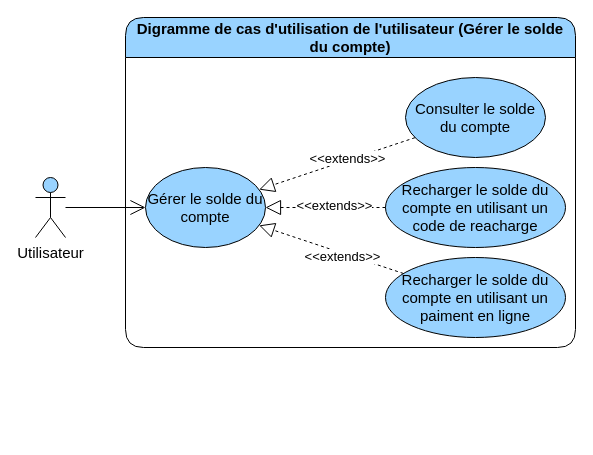
Above: page "gerer le solde du compte" (2 of 4) of diagrams/use-case/utilisateur.drawio in devlotfi/peage-pay (draw.io), before the change. Source tidied: cells renumbered, new cells numbered last; positions are measured from the earlier drawing's top-left corner, leaving out a move shared by most shapes. Both pictures are drawn from the tidied source at 100%, with x=0, y=0 at pixel (35, 17).
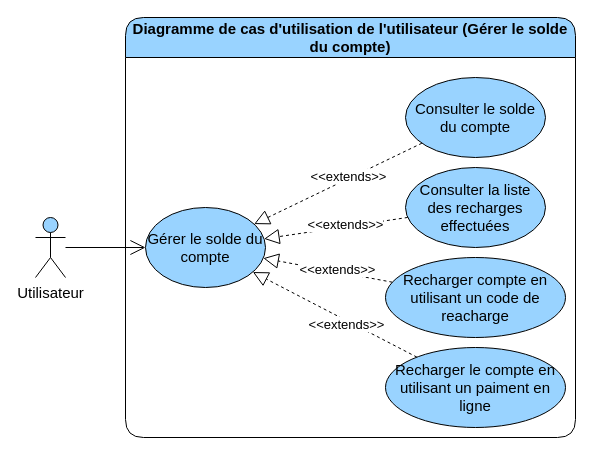
After the change.

The edit, as a diff of the source:
```diff
@@
 <mxGraphModel>
   <root>
     <mxCell id="0" />
     <mxCell id="1" parent="0" />
-    <mxCell id="2" value="Digramme de cas d'utilisation de l'utilisateur&amp;nbsp;(Gérer le solde du compte)" style="swimlane;whiteSpace=wrap;html=1;rounded=1;fillColor=#99D3FF;fontSize=15;startSize=40;" parent="1" vertex="1">
-      <mxGeometry x="90" width="450" height="330" as="geometry" />
+    <mxCell id="2" value="Diagramme de cas d'utilisation de l'utilisateur&amp;nbsp;(Gérer le solde du compte)" style="swimlane;whiteSpace=wrap;html=1;rounded=1;fillColor=#99D3FF;fontSize=15;startSize=40;" parent="1" vertex="1">
+      <mxGeometry x="90" width="450" height="420" as="geometry" />
     </mxCell>
     <mxCell id="3" value="Gérer le solde du compte" style="ellipse;whiteSpace=wrap;html=1;strokeColor=default;align=center;verticalAlign=middle;fontFamily=Helvetica;fontSize=15;fontColor=default;fillColor=#99D3FF;" parent="2" vertex="1">
-      <mxGeometry x="20" y="150" width="120" height="80" as="geometry" />
+      <mxGeometry x="20" y="190" width="120" height="80" as="geometry" />
     </mxCell>
     <mxCell id="4" style="edgeStyle=none;rounded=0;jettySize=auto;html=1;dashed=1;strokeColor=default;align=center;verticalAlign=middle;fontFamily=Helvetica;fontSize=15;fontColor=default;labelBackgroundColor=default;startSize=6;endArrow=block;endFill=0;endSize=13;" parent="2" edge="1" source="6" target="3">
       <mxGeometry relative="1" as="geometry" />
     </mxCell>
     <mxCell id="5" value="&amp;lt;&amp;lt;extends&amp;gt;&amp;gt;" style="edgeLabel;html=1;align=center;verticalAlign=middle;strokeColor=default;fontFamily=Helvetica;fontSize=13;fontColor=default;labelBackgroundColor=default;fillColor=#99D3FF;" parent="4" vertex="1">
       <mxGeometry x="-0.16" y="3" relative="1" as="geometry" />
     </mxCell>
-    <mxCell id="6" value="Recharger le solde du compte en utilisant un paiment en ligne" style="ellipse;whiteSpace=wrap;html=1;strokeColor=default;align=center;verticalAlign=middle;fontFamily=Helvetica;fontSize=15;fontColor=default;fillColor=#99D3FF;" parent="2" vertex="1">
-      <mxGeometry x="260" y="240" width="180" height="80" as="geometry" />
+    <mxCell id="6" value="Recharger le compte en utilisant un paiment en ligne" style="ellipse;whiteSpace=wrap;html=1;strokeColor=default;align=center;verticalAlign=middle;fontFamily=Helvetica;fontSize=15;fontColor=default;fillColor=#99D3FF;" parent="2" vertex="1">
+      <mxGeometry x="260" y="330" width="180" height="80" as="geometry" />
     </mxCell>
     <mxCell id="7" style="edgeStyle=none;rounded=0;jettySize=auto;html=1;dashed=1;strokeColor=default;align=center;verticalAlign=middle;fontFamily=Helvetica;fontSize=15;fontColor=default;labelBackgroundColor=default;startSize=6;endArrow=block;endFill=0;endSize=13;" parent="2" edge="1" source="9" target="3">
       <mxGeometry relative="1" as="geometry" />
     </mxCell>
     <mxCell id="8" value="&amp;lt;&amp;lt;extends&amp;gt;&amp;gt;" style="edgeLabel;html=1;align=center;verticalAlign=middle;strokeColor=default;fontFamily=Helvetica;fontSize=13;fontColor=default;labelBackgroundColor=default;fillColor=#99D3FF;" parent="7" vertex="1">
       <mxGeometry x="-0.12" y="-3" relative="1" as="geometry">
         <mxPoint x="1" as="offset" />
       </mxGeometry>
     </mxCell>
     <mxCell id="9" value="Consulter le solde du compte" style="ellipse;whiteSpace=wrap;html=1;strokeColor=default;align=center;verticalAlign=middle;fontFamily=Helvetica;fontSize=15;fontColor=default;fillColor=#99D3FF;" parent="2" vertex="1">
       <mxGeometry x="280" y="60" width="140" height="80" as="geometry" />
     </mxCell>
-    <mxCell id="10" value="Recharger le solde du compte en utilisant un code de reacharge" style="ellipse;whiteSpace=wrap;html=1;strokeColor=default;align=center;verticalAlign=middle;fontFamily=Helvetica;fontSize=15;fontColor=default;fillColor=#99D3FF;" parent="2" vertex="1">
-      <mxGeometry x="260" y="150" width="180" height="80" as="geometry" />
+    <mxCell id="10" value="Recharger compte en utilisant un code de reacharge" style="ellipse;whiteSpace=wrap;html=1;strokeColor=default;align=center;verticalAlign=middle;fontFamily=Helvetica;fontSize=15;fontColor=default;fillColor=#99D3FF;" parent="2" vertex="1">
+      <mxGeometry x="260" y="240" width="180" height="80" as="geometry" />
     </mxCell>
     <mxCell id="11" style="edgeStyle=none;rounded=0;jettySize=auto;html=1;dashed=1;strokeColor=default;align=center;verticalAlign=middle;fontFamily=Helvetica;fontSize=15;fontColor=default;labelBackgroundColor=default;startSize=6;endArrow=block;endFill=0;endSize=13;" parent="2" edge="1" source="10" target="3">
       <mxGeometry relative="1" as="geometry" />
     </mxCell>
     <mxCell id="12" value="&amp;lt;&amp;lt;extends&amp;gt;&amp;gt;" style="edgeLabel;html=1;align=center;verticalAlign=middle;strokeColor=default;fontFamily=Helvetica;fontSize=13;fontColor=default;labelBackgroundColor=default;fillColor=#99D3FF;" parent="11" vertex="1">
       <mxGeometry x="-0.12" y="-3" relative="1" as="geometry">
         <mxPoint x="1" as="offset" />
       </mxGeometry>
     </mxCell>
+    <mxCell id="15" value="Consulter la liste des recharges effectuées" style="ellipse;whiteSpace=wrap;html=1;strokeColor=default;align=center;verticalAlign=middle;fontFamily=Helvetica;fontSize=15;fontColor=default;fillColor=#99D3FF;" parent="2" vertex="1">
+      <mxGeometry x="280" y="150" width="140" height="80" as="geometry" />
+    </mxCell>
+    <mxCell id="16" style="edgeStyle=none;rounded=0;jettySize=auto;html=1;dashed=1;strokeColor=default;align=center;verticalAlign=middle;fontFamily=Helvetica;fontSize=15;fontColor=default;labelBackgroundColor=default;startSize=6;endArrow=block;endFill=0;endSize=13;" parent="2" edge="1" source="15" target="3">
+      <mxGeometry relative="1" as="geometry" />
+    </mxCell>
+    <mxCell id="17" value="&amp;lt;&amp;lt;extends&amp;gt;&amp;gt;" style="edgeLabel;html=1;align=center;verticalAlign=middle;strokeColor=default;fontFamily=Helvetica;fontSize=13;fontColor=default;labelBackgroundColor=default;fillColor=#99D3FF;" parent="16" vertex="1">
+      <mxGeometry x="-0.12" y="-3" relative="1" as="geometry">
+        <mxPoint x="1" as="offset" />
+      </mxGeometry>
+    </mxCell>
     <mxCell id="13" style="rounded=0;jettySize=auto;html=1;fontFamily=Helvetica;fontSize=15;fontColor=default;endArrow=open;endFill=0;startSize=6;endSize=13;" parent="1" edge="1" source="14" target="3">
       <mxGeometry relative="1" as="geometry" />
     </mxCell>
     <mxCell id="14" value="Utilisateur" style="shape=umlActor;verticalLabelPosition=bottom;verticalAlign=top;html=1;outlineConnect=0;strokeColor=default;align=center;fontFamily=Helvetica;fontSize=15;fontColor=default;fillColor=#99D3FF;" parent="1" vertex="1">
-      <mxGeometry y="160" width="30" height="60" as="geometry" />
+      <mxGeometry y="200" width="30" height="60" as="geometry" />
     </mxCell>
   </root>
 </mxGraphModel>
```
